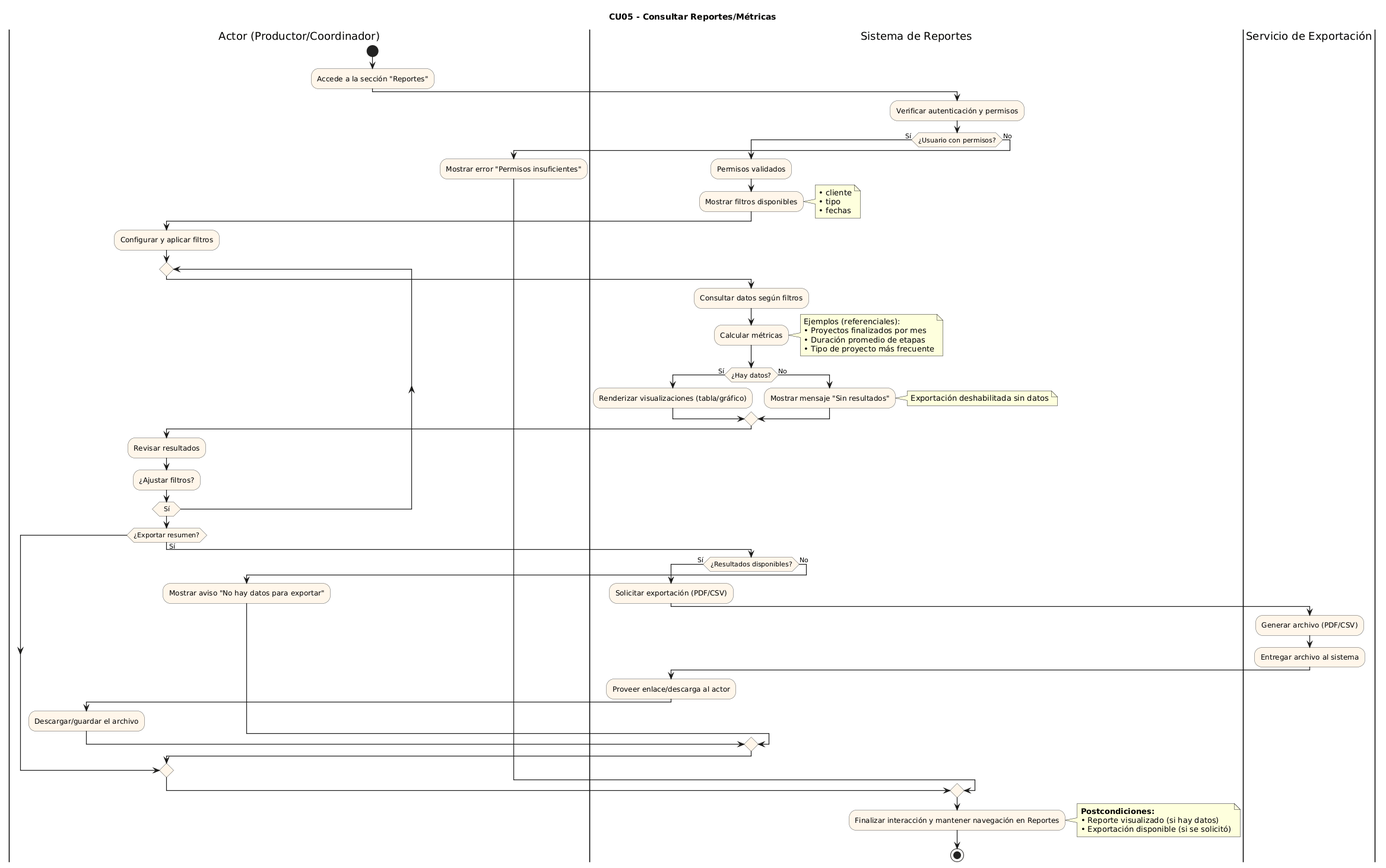
This is diagramas/04-diagramas-actividades/04-actividad-consultar-reportes-metricas-05.png from dantebiondi666-prog/SistemaProductoraVideos, a PlantUML export, as it was before one commit.
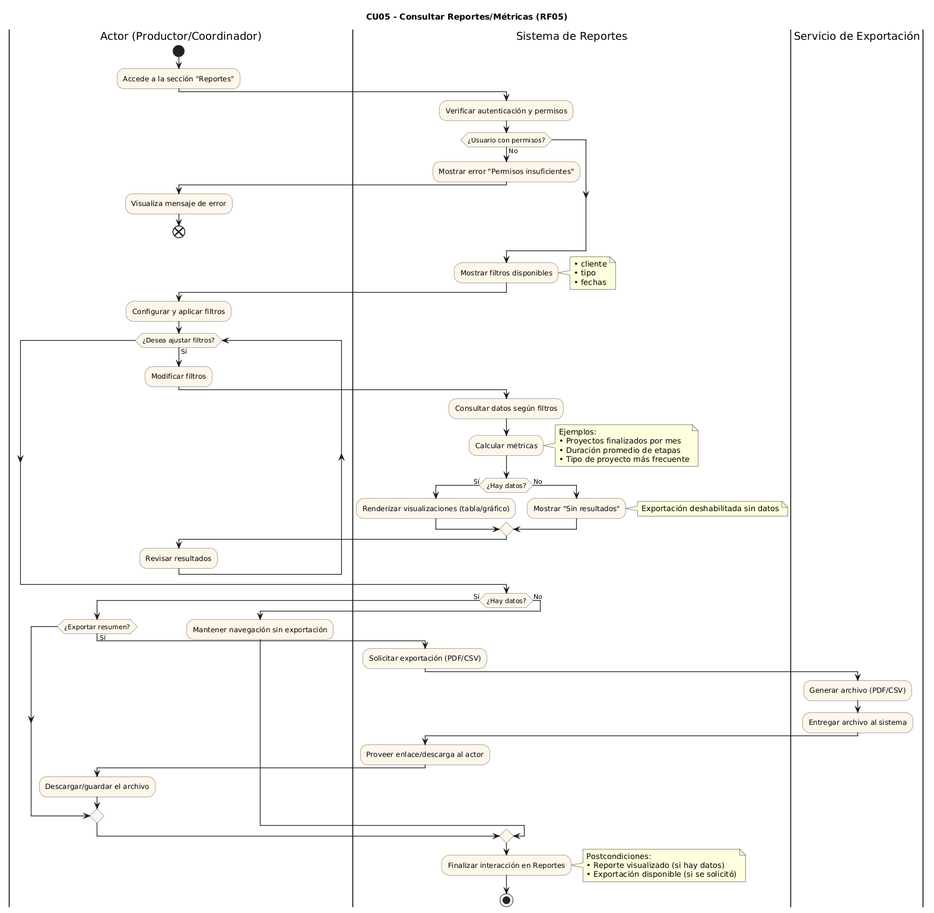
After the change.

Change to the diagram source:
```diff
@@ -1,5 +1,5 @@
 @startuml
-title CU05 - Consultar Reportes/Métricas
+title CU05 - Consultar Reportes/Métricas (RF05)
 
 skinparam activity {
   ArrowThickness 1.2
@@ -14,74 +14,75 @@
 
 |Sistema de Reportes|
 :Verificar autenticación y permisos;
-if (¿Usuario con permisos?) then (Sí)
-  :Permisos validados;
+if (¿Usuario con permisos?) then (No)
+  :Mostrar error "Permisos insuficientes";
+  |Actor (Productor/Coordinador)|
+  :Visualiza mensaje de error;
+  end
+endif
 
-  :Mostrar filtros disponibles;
+|Sistema de Reportes|
+:Mostrar filtros disponibles;
+note right
+  • cliente
+  • tipo
+  • fechas
+end note
+
+|Actor (Productor/Coordinador)|
+:Configurar y aplicar filtros;
+
+while (¿Desea ajustar filtros?) is (Sí)
+  :Modificar filtros;
+
+  |Sistema de Reportes|
+  :Consultar datos según filtros;
+  :Calcular métricas;
   note right
-    • cliente
-    • tipo
-    • fechas
+    Ejemplos:
+    • Proyectos finalizados por mes
+    • Duración promedio de etapas
+    • Tipo de proyecto más frecuente
   end note
 
+  if (¿Hay datos?) then (Sí)
+    :Renderizar visualizaciones (tabla/gráfico);
+  else (No)
+    :Mostrar "Sin resultados";
+    note right
+      Exportación deshabilitada sin datos
+    end note
+  endif
+
   |Actor (Productor/Coordinador)|
-  :Configurar y aplicar filtros;
+  :Revisar resultados;
+endwhile
 
-
-  repeat
-    |Sistema de Reportes|
-    :Consultar datos según filtros;
-    :Calcular métricas;
-    note right
-      Ejemplos (referenciales):
-      • Proyectos finalizados por mes
-      • Duración promedio de etapas
-      • Tipo de proyecto más frecuente
-    end note
-
-    if (¿Hay datos?) then (Sí)
-      :Renderizar visualizaciones (tabla/gráfico);
-    else (No)
-      :Mostrar mensaje "Sin resultados";
-      note right
-        Exportación deshabilitada sin datos
-      end note
-    endif
-
-    |Actor (Productor/Coordinador)|
-    :Revisar resultados;
-    :¿Ajustar filtros?;
-  repeat while (Sí)
-
-
+|Sistema de Reportes|
+if (¿Hay datos?) then (Sí)
   |Actor (Productor/Coordinador)|
   if (¿Exportar resumen?) then (Sí)
     |Sistema de Reportes|
-    if (¿Resultados disponibles?) then (Sí)
-      :Solicitar exportación (PDF/CSV);
+    :Solicitar exportación (PDF/CSV);
 
-      |Servicio de Exportación|
-      :Generar archivo (PDF/CSV);
-      :Entregar archivo al sistema;
+    |Servicio de Exportación|
+    :Generar archivo (PDF/CSV);
+    :Entregar archivo al sistema;
 
-      |Sistema de Reportes|
-      :Proveer enlace/descarga al actor;
+    |Sistema de Reportes|
+    :Proveer enlace/descarga al actor;
 
-      |Actor (Productor/Coordinador)|
-      :Descargar/guardar el archivo;
-    else (No)
-      :Mostrar aviso "No hay datos para exportar";
-    endif
+    |Actor (Productor/Coordinador)|
+    :Descargar/guardar el archivo;
   endif
-
 else (No)
-  :Mostrar error "Permisos insuficientes";
+  :Mantener navegación sin exportación;
 endif
 
 |Sistema de Reportes|
-:Finalizar interacción y mantener navegación en Reportes;
+:Finalizar interacción en Reportes;
 note right
-  **Postcondiciones:**
+  Postcondiciones:
   • Reporte visualizado (si hay datos)
   • Exportación disponible (si se solicitó)
 end note
```
